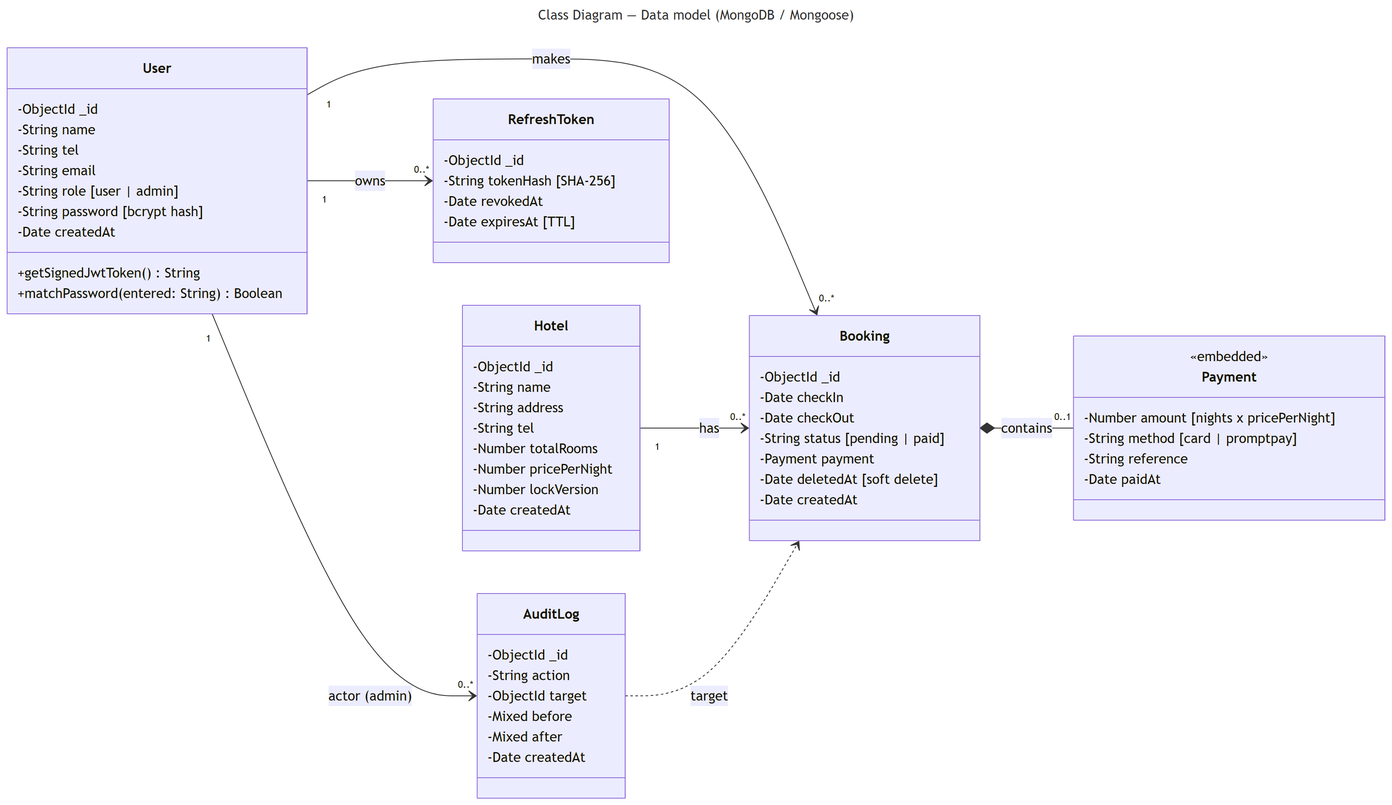
Above: docs/diagrams/class-model.png in mickDoctorDev/SW-DEV-Project-1-Hotel-Booking (Mermaid), before the change. Its source is kept beside it as docs/diagrams/class-model.mmd. The source it was exported from:
```mermaid
---
title: Class Diagram — Data model (MongoDB / Mongoose)
---
classDiagram
    direction LR

    class User {
        -ObjectId _id
        -String name
        -String tel
        -String email
        -String role  [user | admin]
        -String password  [bcrypt hash]
        -Date createdAt
        +getSignedJwtToken() String
        +matchPassword(entered: String) Boolean
    }

    class Hotel {
        -ObjectId _id
        -String name
        -String address
        -String tel
        -Number totalRooms
        -Number pricePerNight
        -Number lockVersion
        -Date createdAt
    }

    class Booking {
        -ObjectId _id
        -Date checkIn
        -Date checkOut
        -String status  [pending | paid]
        -Payment payment
        -Date deletedAt  [soft delete]
        -Date createdAt
    }

    class Payment {
        <<embedded>>
        -Number amount  [nights x pricePerNight]
        -String method  [card | promptpay]
        -String reference
        -Date paidAt
    }

    class RefreshToken {
        -ObjectId _id
        -String tokenHash  [SHA-256]
        -Date revokedAt
        -Date expiresAt  [TTL]
    }

    class AuditLog {
        -ObjectId _id
        -String action
        -ObjectId target
        -Mixed before
        -Mixed after
        -Date createdAt
    }

    User "1" --> "0..*" Booking : makes
    Hotel "1" --> "0..*" Booking : has
    Booking *-- "0..1" Payment : contains
    User "1" --> "0..*" RefreshToken : owns
    User "1" --> "0..*" AuditLog : actor (admin)
    AuditLog ..> Booking : target
```
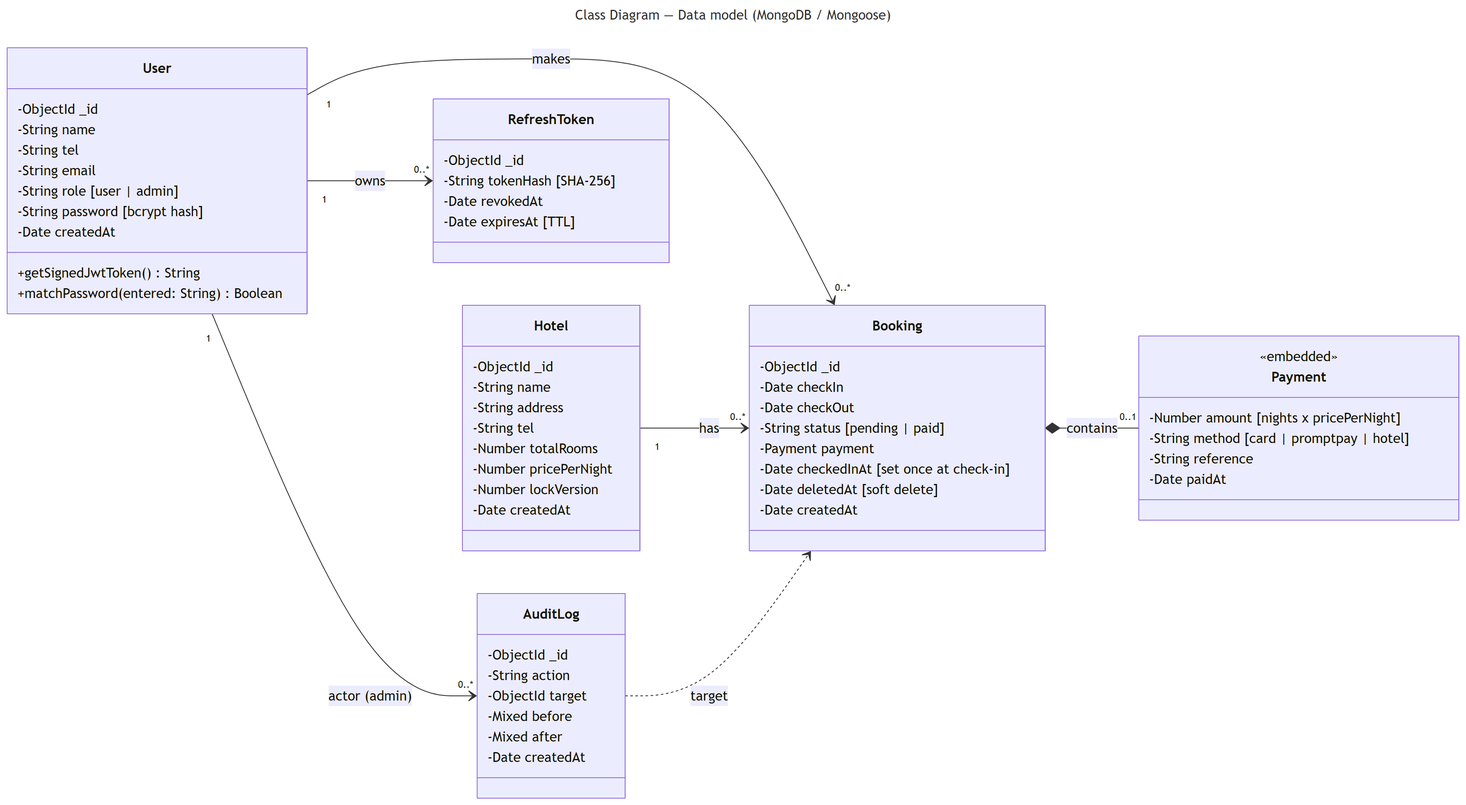
After the change.

The edit, as a diff of the source:
```diff
@@ -33,6 +33,7 @@
         -Date checkOut
         -String status  [pending | paid]
         -Payment payment
+        -Date checkedInAt  [set once at check-in]
         -Date deletedAt  [soft delete]
         -Date createdAt
     }
@@ -40,7 +41,7 @@
     class Payment {
         <<embedded>>
         -Number amount  [nights x pricePerNight]
-        -String method  [card | promptpay]
+        -String method  [card | promptpay | hotel]
         -String reference
         -Date paidAt
     }
```
